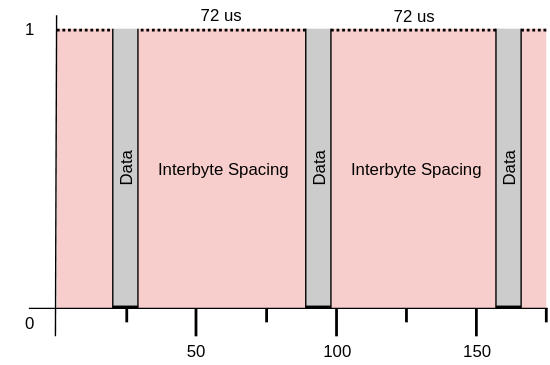
This is images/interbyte-spacing.svg from sabas1080/jacdac, a draw.io export, as it was before one commit. Source tidied: cells renumbered, new cells last; positions are measured from the earlier drawing's top-left corner, leaving out a move shared by most shapes.
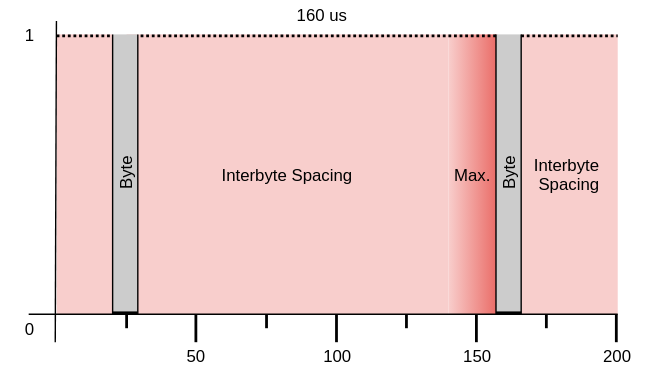
The same file after the commit.

The edit, as a diff of the source:
```diff
@@ -1,26 +1,23 @@
-<mxGraphModel>
+<mxGraphModel background="#ffffff">
   <root>
     <mxCell id="0" />
     <mxCell id="1" parent="0" />
+    <mxCell id="39" value="Max.&lt;br&gt;" style="whiteSpace=wrap;html=1;dashed=1;dashPattern=1 1;fillColor=#f8cecc;strokeColor=none;gradientDirection=east;horizontal=1;labelBackgroundColor=none;gradientColor=#ea6b66;" parent="1" vertex="1">
+      <mxGeometry x="320" y="20" width="35" height="200" as="geometry" />
+    </mxCell>
     <mxCell id="2" style="whiteSpace=wrap;html=1;dashed=1;dashPattern=1 1;fillColor=#f8cecc;strokeColor=none;gradientDirection=east;horizontal=1;labelBackgroundColor=none;" parent="1" vertex="1">
       <mxGeometry x="40" y="20" width="40" height="200" as="geometry" />
     </mxCell>
-    <mxCell id="3" style="whiteSpace=wrap;html=1;dashed=1;dashPattern=1 1;fillColor=#f8cecc;strokeColor=none;gradientDirection=east;horizontal=1;labelBackgroundColor=none;" parent="1" vertex="1">
-      <mxGeometry x="372" y="20" width="18" height="200" as="geometry" />
-    </mxCell>
-    <mxCell id="4" value="Interbyte&amp;nbsp;Spacing" style="whiteSpace=wrap;html=1;dashed=1;dashPattern=1 1;fillColor=#f8cecc;strokeColor=none;gradientDirection=east;horizontal=1;labelBackgroundColor=none;" parent="1" vertex="1">
-      <mxGeometry x="235.5" y="20" width="121" height="200" as="geometry" />
+    <mxCell id="4" value="Interbyte&amp;nbsp;&lt;br&gt;Spacing" style="whiteSpace=wrap;html=1;dashed=1;dashPattern=1 1;fillColor=#f8cecc;strokeColor=none;gradientDirection=east;horizontal=1;labelBackgroundColor=none;" parent="1" vertex="1">
+      <mxGeometry x="372" y="20" width="69" height="200" as="geometry" />
     </mxCell>
     <mxCell id="5" value="Interbyte Spacing" style="whiteSpace=wrap;html=1;dashed=1;dashPattern=1 1;fillColor=#f8cecc;strokeColor=none;gradientDirection=east;horizontal=1;labelBackgroundColor=none;" parent="1" vertex="1">
-      <mxGeometry x="98" y="20" width="121" height="200" as="geometry" />
+      <mxGeometry x="90" y="20" width="230" height="200" as="geometry" />
     </mxCell>
-    <mxCell id="6" value="Data" style="whiteSpace=wrap;html=1;dashed=1;dashPattern=1 1;fillColor=#CCCCCC;strokeColor=none;gradientColor=none;gradientDirection=north;horizontal=0;" parent="1" vertex="1">
-      <mxGeometry x="354" y="20" width="18" height="200" as="geometry" />
-    </mxCell>
-    <mxCell id="7" value="Data" style="whiteSpace=wrap;html=1;dashed=1;dashPattern=1 1;fillColor=#CCCCCC;strokeColor=none;gradientColor=none;gradientDirection=north;horizontal=0;" parent="1" vertex="1">
-      <mxGeometry x="218" y="20" width="18" height="200" as="geometry" />
+    <mxCell id="7" value="Byte&lt;br&gt;" style="whiteSpace=wrap;html=1;dashed=1;dashPattern=1 1;fillColor=#CCCCCC;strokeColor=none;gradientColor=none;gradientDirection=north;horizontal=0;" parent="1" vertex="1">
+      <mxGeometry x="354" y="20" width="18" height="200" as="geometry" />
     </mxCell>
-    <mxCell id="8" value="Data" style="whiteSpace=wrap;html=1;dashed=1;dashPattern=1 1;fillColor=#CCCCCC;strokeColor=none;gradientColor=none;gradientDirection=north;horizontal=0;" parent="1" vertex="1">
+    <mxCell id="8" value="Byte" style="whiteSpace=wrap;html=1;dashed=1;dashPattern=1 1;fillColor=#CCCCCC;strokeColor=none;gradientColor=none;gradientDirection=north;horizontal=0;" parent="1" vertex="1">
       <mxGeometry x="80" y="20" width="18" height="200" as="geometry" />
     </mxCell>
     <mxCell id="9" style="endArrow=none;html=1;exitX=1.021;exitY=0.021;exitPerimeter=0;" parent="1" edge="1">
@@ -31,7 +28,7 @@
     </mxCell>
     <mxCell id="10" style="endArrow=none;html=1;" parent="1" edge="1">
       <mxGeometry relative="1" as="geometry">
-        <mxPoint x="391" y="220" as="sourcePoint" />
+        <mxPoint x="441" y="220" as="sourcePoint" />
         <mxPoint x="20" y="220" as="targetPoint" />
       </mxGeometry>
     </mxCell>
@@ -53,7 +50,7 @@
       </mxGeometry>
     </mxCell>
     <mxCell id="15" style="line;strokeWidth=2;html=1;dashed=1;dashPattern=1 1;" parent="1" vertex="1">
-      <mxGeometry x="100" y="16" width="120" height="10" as="geometry" />
+      <mxGeometry x="100" y="16" width="254" height="10" as="geometry" />
     </mxCell>
     <mxCell id="16" value="50&lt;br&gt;" style="text;html=1;strokeColor=none;fillColor=none;align=center;verticalAlign=middle;whiteSpace=wrap;rounded=0;dashed=1;dashPattern=1 1;" parent="1" vertex="1">
       <mxGeometry x="120" y="240" width="40" height="20" as="geometry" />
@@ -117,48 +114,36 @@
     </mxCell>
     <mxCell id="28" style="endArrow=none;html=1;entryX=1;entryY=0.5;entryPerimeter=0;" parent="1" edge="1">
       <mxGeometry relative="1" as="geometry">
-        <mxPoint x="218" y="220" as="sourcePoint" />
-        <mxPoint x="218" y="20" as="targetPoint" />
+        <mxPoint x="354" y="220" as="sourcePoint" />
+        <mxPoint x="354" y="20" as="targetPoint" />
       </mxGeometry>
     </mxCell>
     <mxCell id="29" style="line;strokeWidth=2;html=1;" parent="1" vertex="1">
-      <mxGeometry x="218" y="214" width="18" height="10" as="geometry" />
+      <mxGeometry x="354" y="214" width="18" height="10" as="geometry" />
     </mxCell>
     <mxCell id="30" style="endArrow=none;html=1;entryX=1;entryY=0.5;entryPerimeter=0;" parent="1" edge="1">
       <mxGeometry relative="1" as="geometry">
-        <mxPoint x="236" y="220" as="sourcePoint" />
-        <mxPoint x="236" y="20" as="targetPoint" />
+        <mxPoint x="372" y="220" as="sourcePoint" />
+        <mxPoint x="372" y="20" as="targetPoint" />
       </mxGeometry>
     </mxCell>
     <mxCell id="31" style="line;strokeWidth=2;html=1;dashed=1;dashPattern=1 1;" parent="1" vertex="1">
-      <mxGeometry x="236" y="16" width="120" height="10" as="geometry" />
+      <mxGeometry x="372" y="16" width="69" height="10" as="geometry" />
     </mxCell>
-    <mxCell id="32" style="endArrow=none;html=1;entryX=1;entryY=0.5;entryPerimeter=0;" parent="1" edge="1">
-      <mxGeometry relative="1" as="geometry">
-        <mxPoint x="354" y="220" as="sourcePoint" />
-        <mxPoint x="354" y="20" as="targetPoint" />
-      </mxGeometry>
-    </mxCell>
-    <mxCell id="33" style="line;strokeWidth=2;html=1;" parent="1" vertex="1">
-      <mxGeometry x="354" y="214" width="18" height="10" as="geometry" />
-    </mxCell>
-    <mxCell id="34" style="endArrow=none;html=1;entryX=1;entryY=0.5;entryPerimeter=0;" parent="1" edge="1">
-      <mxGeometry relative="1" as="geometry">
-        <mxPoint x="372" y="220" as="sourcePoint" />
-        <mxPoint x="372" y="20" as="targetPoint" />
-      </mxGeometry>
-    </mxCell>
-    <mxCell id="35" style="line;strokeWidth=2;html=1;dashed=1;dashPattern=1 1;" parent="1" vertex="1">
-      <mxGeometry x="372" y="16" width="18" height="10" as="geometry" />
-    </mxCell>
     <mxCell id="36" style="line;strokeWidth=2;html=1;dashed=1;dashPattern=1 1;" parent="1" vertex="1">
       <mxGeometry x="40" y="16" width="40" height="10" as="geometry" />
     </mxCell>
-    <mxCell id="37" value="72 us" style="text;html=1;strokeColor=none;fillColor=none;align=center;verticalAlign=middle;whiteSpace=wrap;rounded=0;labelBackgroundColor=none;" parent="1" vertex="1">
-      <mxGeometry x="138" width="40" height="20" as="geometry" />
+    <mxCell id="37" value="160 us" style="text;html=1;strokeColor=none;fillColor=none;align=center;verticalAlign=middle;whiteSpace=wrap;rounded=0;labelBackgroundColor=none;" parent="1" vertex="1">
+      <mxGeometry x="209" y="-4" width="40" height="20" as="geometry" />
     </mxCell>
-    <mxCell id="38" value="72 us" style="text;html=1;strokeColor=none;fillColor=none;align=center;verticalAlign=middle;whiteSpace=wrap;rounded=0;labelBackgroundColor=none;" parent="1" vertex="1">
-      <mxGeometry x="276" y="1" width="40" height="20" as="geometry" />
-    </mxCell>
+    <mxCell id="40" style="endArrow=none;html=1;strokeWidth=2;" parent="1" edge="1">
+      <mxGeometry relative="1" as="geometry">
+        <mxPoint x="440" y="240" as="sourcePoint" />
+        <mxPoint x="440" y="220" as="targetPoint" />
+      </mxGeometry>
+    </mxCell>
+    <mxCell id="41" value="200&lt;br&gt;" style="text;html=1;strokeColor=none;fillColor=none;align=center;verticalAlign=middle;whiteSpace=wrap;rounded=0;dashed=1;dashPattern=1 1;" parent="1" vertex="1">
+      <mxGeometry x="420" y="240" width="40" height="20" as="geometry" />
+    </mxCell>
   </root>
 </mxGraphModel>
```
